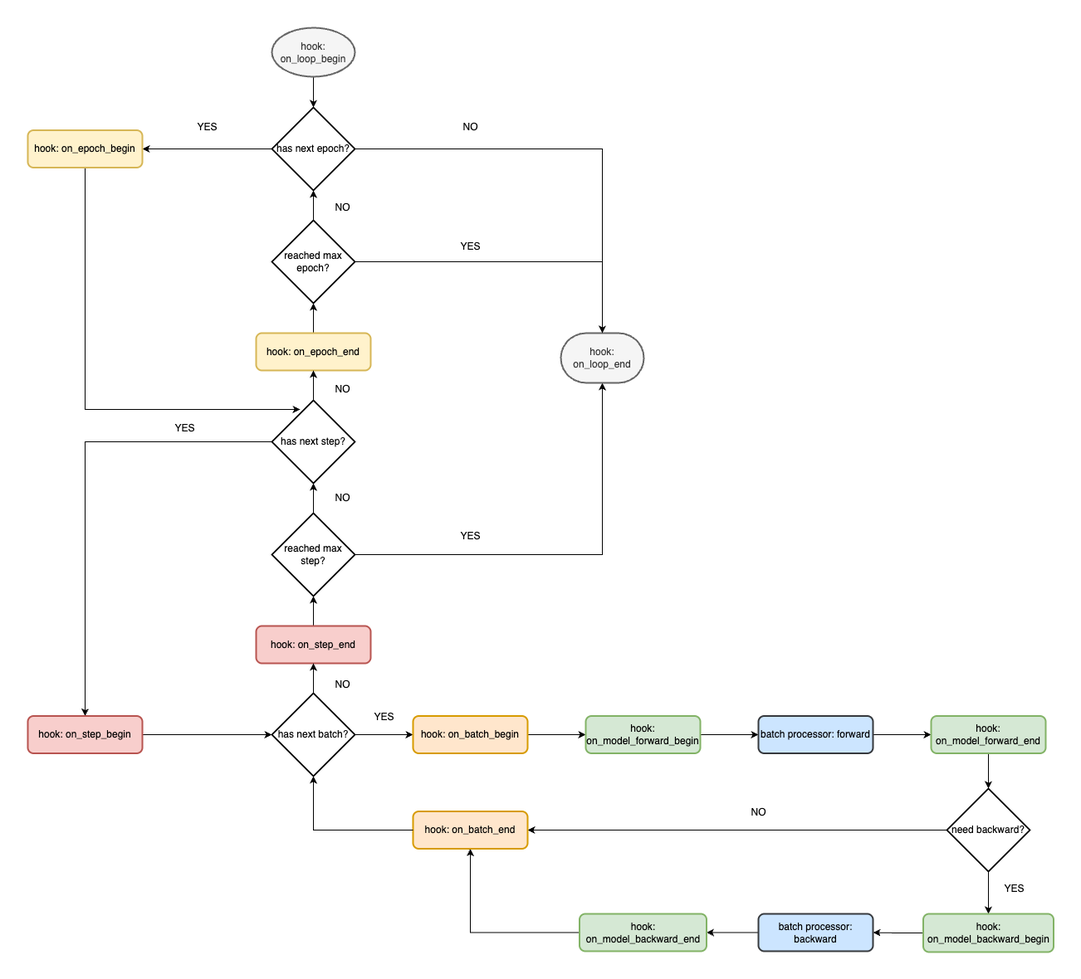
Before: robo_orchard/lab/master/_static/engine_architecture.png, a diagram exported from draw.io (hyxie6/first-project). Source tidied: cells renumbered, new cells last; positions are measured from the earlier drawing's top-left corner, leaving out a move shared by most shapes.
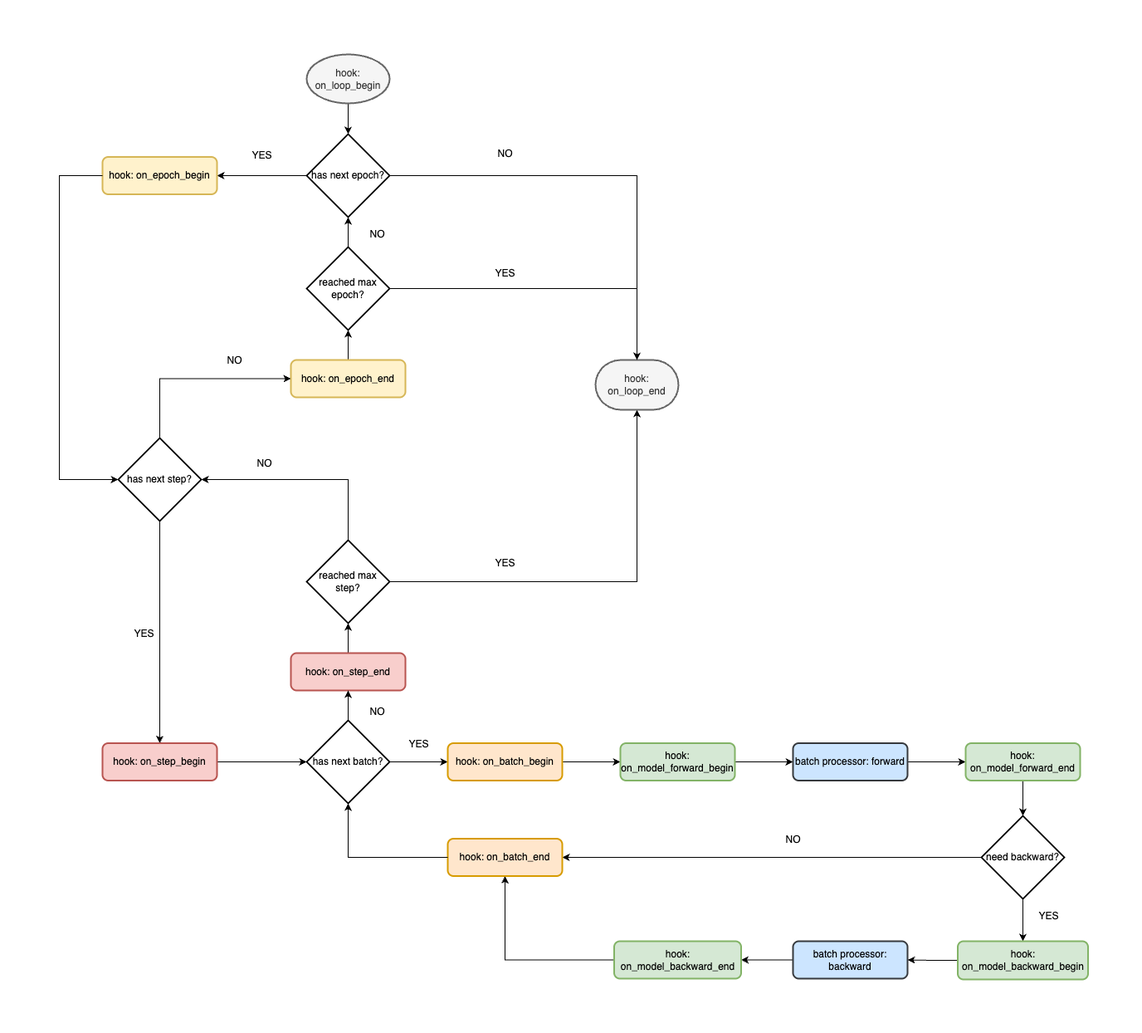
Later version of the same file.

Diff of the diagram source:
```diff
@@ -23,15 +23,8 @@
     <mxCell id="8" value="hook: on_loop_begin" style="strokeWidth=2;html=1;shape=mxgraph.flowchart.start_1;whiteSpace=wrap;fillColor=#f5f5f5;strokeColor=#666666;fontColor=#333333;" parent="1" vertex="1">
       <mxGeometry x="294" width="100" height="59" as="geometry" />
     </mxCell>
-    <mxCell id="9" style="edgeStyle=orthogonalEdgeStyle;rounded=0;jettySize=auto;html=1;entryX=0.34;entryY=0.11;entryDx=0;entryDy=0;entryPerimeter=0;" parent="1" edge="1" source="10" target="15">
-      <mxGeometry relative="1" as="geometry">
-        <Array as="points">
-          <mxPoint x="69" y="460" />
-        </Array>
-      </mxGeometry>
-    </mxCell>
     <mxCell id="10" value="hook: on_epoch_begin" style="rounded=1;whiteSpace=wrap;html=1;absoluteArcSize=1;arcSize=14;strokeWidth=2;fillColor=#fff2cc;strokeColor=#d6b656;" parent="1" vertex="1">
-      <mxGeometry y="123.5" width="138" height="45" as="geometry" />
+      <mxGeometry x="48" y="123.5" width="138" height="45" as="geometry" />
     </mxCell>
     <mxCell id="11" style="edgeStyle=orthogonalEdgeStyle;rounded=0;jettySize=auto;html=1;" parent="1" edge="1" source="12" target="6">
       <mxGeometry relative="1" as="geometry" />
@@ -39,18 +32,15 @@
     <mxCell id="12" value="hook: on_epoch_end" style="rounded=1;whiteSpace=wrap;html=1;absoluteArcSize=1;arcSize=14;strokeWidth=2;fillColor=#fff2cc;strokeColor=#d6b656;" parent="1" vertex="1">
       <mxGeometry x="275" y="368" width="138" height="45" as="geometry" />
     </mxCell>
+    <mxCell id="14" style="edgeStyle=orthogonalEdgeStyle;rounded=0;jettySize=auto;html=1;entryX=0.5;entryY=0;entryDx=0;entryDy=0;" parent="1" edge="1" source="15" target="25">
+      <mxGeometry relative="1" as="geometry" />
+    </mxCell>
-    <mxCell id="13" style="edgeStyle=orthogonalEdgeStyle;rounded=0;jettySize=auto;html=1;" parent="1" edge="1" source="15" target="12">
+    <mxCell id="13" style="edgeStyle=orthogonalEdgeStyle;rounded=0;jettySize=auto;html=1;exitX=0.5;exitY=0;exitDx=0;exitDy=0;exitPerimeter=0;entryX=0;entryY=0.5;entryDx=0;entryDy=0;" parent="1" edge="1" source="15" target="12">
       <mxGeometry relative="1" as="geometry" />
     </mxCell>
-    <mxCell id="14" style="edgeStyle=orthogonalEdgeStyle;rounded=0;jettySize=auto;html=1;entryX=0.5;entryY=0;entryDx=0;entryDy=0;" parent="1" edge="1" source="15" target="25">
-      <mxGeometry relative="1" as="geometry" />
-    </mxCell>
     <mxCell id="15" value="has next step?" style="strokeWidth=2;html=1;shape=mxgraph.flowchart.decision;whiteSpace=wrap;" parent="1" vertex="1">
-      <mxGeometry x="294" y="449" width="100" height="100" as="geometry" />
+      <mxGeometry x="67" y="462" width="100" height="100" as="geometry" />
     </mxCell>
-    <mxCell id="16" style="edgeStyle=orthogonalEdgeStyle;rounded=0;jettySize=auto;html=1;" parent="1" edge="1" source="18" target="15">
-      <mxGeometry relative="1" as="geometry" />
-    </mxCell>
     <mxCell id="17" style="edgeStyle=orthogonalEdgeStyle;rounded=0;jettySize=auto;html=1;" parent="1" edge="1" source="18" target="45">
       <mxGeometry relative="1" as="geometry" />
     </mxCell>
@@ -76,7 +66,7 @@
       <mxGeometry relative="1" as="geometry" />
     </mxCell>
     <mxCell id="25" value="hook: on_step_begin" style="rounded=1;whiteSpace=wrap;html=1;absoluteArcSize=1;arcSize=14;strokeWidth=2;fillColor=#f8cecc;strokeColor=#b85450;" parent="1" vertex="1">
-      <mxGeometry y="829.5" width="138" height="45" as="geometry" />
+      <mxGeometry x="48" y="829.5" width="138" height="45" as="geometry" />
     </mxCell>
     <mxCell id="26" style="edgeStyle=orthogonalEdgeStyle;rounded=0;jettySize=auto;html=1;" parent="1" edge="1" source="27" target="29">
       <mxGeometry relative="1" as="geometry" />
@@ -142,7 +132,7 @@
       <mxGeometry relative="1" as="geometry" />
     </mxCell>
     <mxCell id="47" value="YES" style="text;html=1;align=center;verticalAlign=middle;strokeColor=none;fillColor=none;" parent="1" vertex="1">
-      <mxGeometry x="195" y="107" width="42" height="26" as="geometry" />
+      <mxGeometry x="219" y="109" width="42" height="26" as="geometry" />
     </mxCell>
     <mxCell id="48" value="NO" style="text;html=1;align=center;verticalAlign=middle;strokeColor=none;fillColor=none;" parent="1" vertex="1">
       <mxGeometry x="515" y="107" width="36" height="26" as="geometry" />
@@ -153,18 +143,9 @@
     <mxCell id="50" value="YES" style="text;html=1;align=center;verticalAlign=middle;strokeColor=none;fillColor=none;" parent="1" vertex="1">
       <mxGeometry x="512" y="251" width="42" height="26" as="geometry" />
     </mxCell>
-    <mxCell id="51" value="YES" style="text;html=1;align=center;verticalAlign=middle;strokeColor=none;fillColor=none;" parent="1" vertex="1">
-      <mxGeometry x="168" y="470" width="42" height="26" as="geometry" />
-    </mxCell>
     <mxCell id="52" value="YES" style="text;html=1;align=center;verticalAlign=middle;strokeColor=none;fillColor=none;" parent="1" vertex="1">
       <mxGeometry x="512" y="600" width="42" height="26" as="geometry" />
     </mxCell>
-    <mxCell id="53" value="NO" style="text;html=1;align=center;verticalAlign=middle;strokeColor=none;fillColor=none;" parent="1" vertex="1">
-      <mxGeometry x="361" y="423" width="36" height="26" as="geometry" />
-    </mxCell>
-    <mxCell id="54" value="NO" style="text;html=1;align=center;verticalAlign=middle;strokeColor=none;fillColor=none;" parent="1" vertex="1">
-      <mxGeometry x="361" y="554" width="36" height="26" as="geometry" />
-    </mxCell>
     <mxCell id="55" value="NO" style="text;html=1;align=center;verticalAlign=middle;strokeColor=none;fillColor=none;" parent="1" vertex="1">
       <mxGeometry x="361" y="779" width="36" height="26" as="geometry" />
     </mxCell>
@@ -177,5 +158,25 @@
     <mxCell id="58" value="NO" style="text;html=1;align=center;verticalAlign=middle;strokeColor=none;fillColor=none;" parent="1" vertex="1">
       <mxGeometry x="862" y="933" width="36" height="26" as="geometry" />
     </mxCell>
+    <mxCell id="16" style="edgeStyle=orthogonalEdgeStyle;rounded=0;jettySize=auto;html=1;entryX=1;entryY=0.5;entryDx=0;entryDy=0;entryPerimeter=0;exitX=0.5;exitY=0;exitDx=0;exitDy=0;exitPerimeter=0;" parent="1" edge="1" source="18" target="15">
+      <mxGeometry relative="1" as="geometry" />
+    </mxCell>
+    <mxCell id="9" style="edgeStyle=orthogonalEdgeStyle;rounded=0;jettySize=auto;html=1;entryX=0;entryY=0.5;entryDx=0;entryDy=0;entryPerimeter=0;exitX=0;exitY=0.5;exitDx=0;exitDy=0;" parent="1" edge="1" source="10" target="15">
+      <mxGeometry relative="1" as="geometry">
+        <Array as="points">
+          <mxPoint x="-4" y="146" />
+          <mxPoint x="-4" y="512" />
+        </Array>
+      </mxGeometry>
+    </mxCell>
+    <mxCell id="51" value="YES" style="text;html=1;align=center;verticalAlign=middle;strokeColor=none;fillColor=none;" parent="1" vertex="1">
+      <mxGeometry x="77" y="685" width="42" height="26" as="geometry" />
+    </mxCell>
+    <mxCell id="59" value="NO" style="text;html=1;align=center;verticalAlign=middle;strokeColor=none;fillColor=none;" parent="1" vertex="1">
+      <mxGeometry x="189" y="356" width="36" height="26" as="geometry" />
+    </mxCell>
+    <mxCell id="60" value="NO" style="text;html=1;align=center;verticalAlign=middle;strokeColor=none;fillColor=none;" parent="1" vertex="1">
+      <mxGeometry x="225" y="480" width="36" height="26" as="geometry" />
+    </mxCell>
   </root>
 </mxGraphModel>
```
